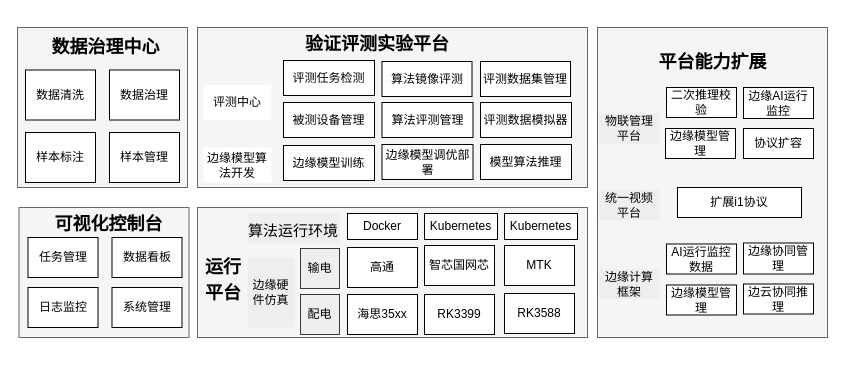
This is page "第 2 页" (2 of 2) of 验证实验评测平台4.0.drawio from paleblackless/diagrams, a draw.io file, before an edit. Source tidied: cells renumbered, new cells numbered last; positions are measured from the earlier drawing's top-left corner, leaving out a move shared by most shapes. Both pictures are drawn from the tidied source at 100%, with x=0, y=0 at pixel (17, 27).
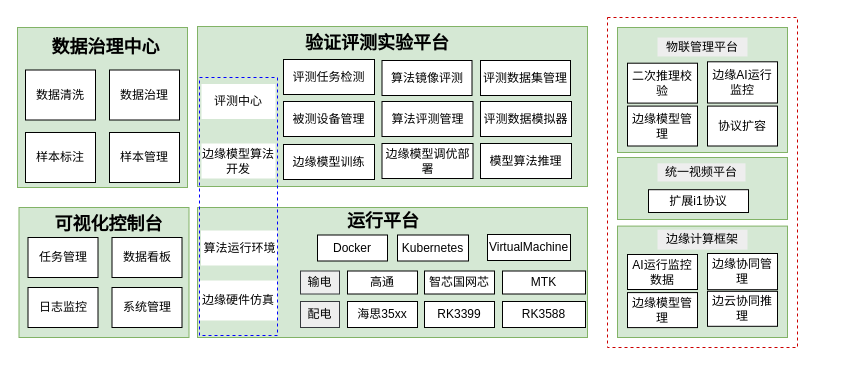
The same page after the edit.

Commit message (it also covers changes not shown here):
更新验证实验评测平台4.0.drawio

What changed in the source:
```diff
@@
+    <mxCell id="58" style="rounded=0;whiteSpace=wrap;html=1;fillColor=#d5e8d4;strokeColor=#82b366;" parent="1" vertex="1">
+      <mxGeometry x="600" y="130" width="170" height="62" as="geometry" />
+    </mxCell>
-    <mxCell id="2" style="rounded=0;whiteSpace=wrap;html=1;fillColor=#f5f5f5;fontColor=#333333;strokeColor=#666666;" parent="1" vertex="1">
+    <mxCell id="2" style="rounded=0;whiteSpace=wrap;html=1;fillColor=#d5e8d4;strokeColor=#82b366;" parent="1" vertex="1">
       <mxGeometry width="170" height="160" as="geometry" />
     </mxCell>
@@
-    <mxCell id="9" style="rounded=0;whiteSpace=wrap;html=1;fillColor=#f5f5f5;fontColor=#333333;strokeColor=#666666;" parent="1" vertex="1">
+    <mxCell id="9" style="rounded=0;whiteSpace=wrap;html=1;fillColor=#d5e8d4;strokeColor=#82b366;" parent="1" vertex="1">
       <mxGeometry x="180" y="180" width="390" height="130" as="geometry" />
     </mxCell>
-    <mxCell id="10" value="&lt;font style=&quot;font-size: 15px;&quot;&gt;算法运行环境&lt;/font&gt;" style="text;html=1;strokeColor=none;fillColor=#eeeeee;align=center;verticalAlign=middle;whiteSpace=wrap;rounded=0;fontFamily=Helvetica;fontSize=21;" parent="1" vertex="1">
-      <mxGeometry x="230" y="186" width="92" height="30" as="geometry" />
-    </mxCell>
     <mxCell id="11" value="高通" style="rounded=0;whiteSpace=wrap;html=1;" parent="1" vertex="1">
-      <mxGeometry x="330" y="220" width="70" height="40" as="geometry" />
+      <mxGeometry x="330" y="243.5" width="70" height="23" as="geometry" />
     </mxCell>
     <mxCell id="12" value="智芯国网芯" style="rounded=0;whiteSpace=wrap;html=1;" parent="1" vertex="1">
-      <mxGeometry x="407" y="218" width="70" height="40" as="geometry" />
+      <mxGeometry x="407" y="243.5" width="70" height="23" as="geometry" />
     </mxCell>
     <mxCell id="13" value="MTK" style="rounded=0;whiteSpace=wrap;html=1;" parent="1" vertex="1">
-      <mxGeometry x="487" y="218" width="70" height="40" as="geometry" />
+      <mxGeometry x="485" y="243.5" width="83" height="23" as="geometry" />
     </mxCell>
     <mxCell id="14" value="海思35xx" style="rounded=0;whiteSpace=wrap;html=1;" parent="1" vertex="1">
-      <mxGeometry x="330" y="267" width="70" height="40" as="geometry" />
+      <mxGeometry x="330" y="274" width="70" height="26" as="geometry" />
     </mxCell>
     <mxCell id="15" value="RK3399" style="rounded=0;whiteSpace=wrap;html=1;" parent="1" vertex="1">
-      <mxGeometry x="407" y="267" width="70" height="40" as="geometry" />
+      <mxGeometry x="407" y="274" width="70" height="26" as="geometry" />
     </mxCell>
     <mxCell id="16" value="RK3588" style="rounded=0;whiteSpace=wrap;html=1;" parent="1" vertex="1">
-      <mxGeometry x="487" y="266" width="70" height="40" as="geometry" />
+      <mxGeometry x="485" y="274" width="83" height="26" as="geometry" />
     </mxCell>
     <mxCell id="17" value="输电" style="rounded=0;whiteSpace=wrap;html=1;strokeColor=#36393d;fillColor=#eeeeee;" parent="1" vertex="1">
-      <mxGeometry x="283" y="221" width="39" height="40" as="geometry" />
+      <mxGeometry x="283" y="243.5" width="39" height="23" as="geometry" />
     </mxCell>
     <mxCell id="18" value="配电" style="rounded=0;whiteSpace=wrap;html=1;strokeColor=#36393d;fillColor=#eeeeee;" parent="1" vertex="1">
-      <mxGeometry x="283" y="267" width="39" height="40" as="geometry" />
+      <mxGeometry x="283" y="274" width="39" height="26" as="geometry" />
     </mxCell>
-    <mxCell id="19" style="rounded=0;whiteSpace=wrap;html=1;fillColor=#f5f5f5;fontColor=#333333;strokeColor=#666666;" parent="1" vertex="1">
+    <mxCell id="19" style="rounded=0;whiteSpace=wrap;html=1;fillColor=#d5e8d4;strokeColor=#82b366;" parent="1" vertex="1">
       <mxGeometry x="1.5" y="180" width="170" height="130" as="geometry" />
     </mxCell>
@@
-    <mxCell id="25" style="group;" parent="1" vertex="1">
-      <mxGeometry x="180" width="390" height="160" as="geometry" />
+    <mxCell id="25" style="group;fillColor=#d5e8d4;strokeColor=#82b366;" parent="1" vertex="1">
+      <mxGeometry x="180" y="-1" width="390" height="160" as="geometry" />
     </mxCell>
-    <mxCell id="26" style="rounded=0;whiteSpace=wrap;html=1;fillColor=#f5f5f5;fontColor=#333333;strokeColor=#666666;" parent="25" vertex="1">
+    <mxCell id="26" style="rounded=0;whiteSpace=wrap;html=1;fillColor=#d5e8d4;strokeColor=#82b366;" parent="25" vertex="1">
       <mxGeometry width="390" height="160" as="geometry" />
     </mxCell>
@@
     <mxCell id="28" value="评测中心" style="rounded=0;whiteSpace=wrap;html=1;strokeColor=none;" parent="25" vertex="1">
-      <mxGeometry x="6" y="57.5" width="68" height="35" as="geometry" />
+      <mxGeometry x="4" y="57.5" width="74" height="35" as="geometry" />
     </mxCell>
@@
     <mxCell id="35" value="边缘模型算法开发" style="rounded=0;whiteSpace=wrap;html=1;strokeColor=none;" parent="25" vertex="1">
-      <mxGeometry x="6" y="120" width="68" height="35" as="geometry" />
+      <mxGeometry x="4" y="117" width="74" height="35" as="geometry" />
     </mxCell>
@@
     <mxCell id="39" value="Docker" style="rounded=0;whiteSpace=wrap;html=1;" parent="1" vertex="1">
-      <mxGeometry x="330" y="186" width="70" height="26" as="geometry" />
+      <mxGeometry x="300" y="207.5" width="70" height="26" as="geometry" />
     </mxCell>
     <mxCell id="40" value="Kubernetes" style="rounded=0;whiteSpace=wrap;html=1;" parent="1" vertex="1">
-      <mxGeometry x="407" y="186" width="73" height="26" as="geometry" />
+      <mxGeometry x="380" y="207.5" width="71" height="26" as="geometry" />
     </mxCell>
-    <mxCell id="41" value="边缘硬件仿真" style="rounded=0;whiteSpace=wrap;html=1;strokeColor=none;fillColor=#eeeeee;" parent="1" vertex="1">
-      <mxGeometry x="230" y="230" width="46.9" height="70" as="geometry" />
+    <mxCell id="41" value="边缘硬件仿真" style="rounded=0;whiteSpace=wrap;html=1;strokeColor=none;fillColor=#FFFFFF;" parent="1" vertex="1">
+      <mxGeometry x="182" y="253" width="78" height="40" as="geometry" />
     </mxCell>
-    <mxCell id="42" value="Kubernetes" style="rounded=0;whiteSpace=wrap;html=1;" parent="1" vertex="1">
-      <mxGeometry x="487" y="186" width="73" height="26" as="geometry" />
+    <mxCell id="42" value="VirtualMachine" style="rounded=0;whiteSpace=wrap;html=1;" parent="1" vertex="1">
+      <mxGeometry x="470" y="207" width="83" height="26" as="geometry" />
     </mxCell>
     <mxCell id="43" value="&lt;span style=&quot;font-size: 18px;&quot;&gt;&lt;b&gt;运行平台&lt;/b&gt;&lt;/span&gt;" style="text;html=1;strokeColor=none;fillColor=none;align=center;verticalAlign=middle;whiteSpace=wrap;rounded=0;fontFamily=Helvetica;fontSize=21;" parent="1" vertex="1">
-      <mxGeometry x="180.5" y="236" width="49.5" height="30" as="geometry" />
+      <mxGeometry x="322" y="177" width="88" height="30" as="geometry" />
     </mxCell>
+    <mxCell id="51" value="扩展i1协议" style="rounded=0;whiteSpace=wrap;html=1;" parent="1" vertex="1">
+      <mxGeometry x="631" y="162.2" width="100" height="22.8" as="geometry" />
+    </mxCell>
+    <mxCell id="52" value="统一视频平台" style="text;html=1;strokeColor=none;fillColor=#eeeeee;align=center;verticalAlign=middle;whiteSpace=wrap;rounded=0;" parent="1" vertex="1">
+      <mxGeometry x="640" y="135.8" width="88" height="18.2" as="geometry" />
+    </mxCell>
+    <mxCell id="59" style="group;" parent="1" vertex="1">
+      <mxGeometry x="600" width="180" height="320" as="geometry" />
+    </mxCell>
-    <mxCell id="44" style="rounded=0;whiteSpace=wrap;html=1;fillColor=#f5f5f5;fontColor=#333333;strokeColor=#666666;" parent="1" vertex="1">
-      <mxGeometry x="580" width="230" height="310" as="geometry" />
+    <mxCell id="44" style="rounded=0;whiteSpace=wrap;html=1;fillColor=#d5e8d4;strokeColor=#82b366;" parent="59" vertex="1">
+      <mxGeometry width="170" height="125" as="geometry" />
     </mxCell>
-    <mxCell id="45" value="边缘AI运行监控" style="rounded=0;whiteSpace=wrap;html=1;" parent="1" vertex="1">
-      <mxGeometry x="726" y="60" width="70" height="31" as="geometry" />
+    <mxCell id="45" value="边缘AI运行监控" style="rounded=0;whiteSpace=wrap;html=1;" parent="59" vertex="1">
+      <mxGeometry x="90" y="34.3" width="70" height="41.2" as="geometry" />
     </mxCell>
-    <mxCell id="46" value="&lt;font style=&quot;font-size: 18px;&quot;&gt;&lt;b&gt;平台能力扩展&lt;/b&gt;&lt;/font&gt;" style="text;html=1;strokeColor=none;fillColor=none;align=center;verticalAlign=middle;whiteSpace=wrap;rounded=0;fontFamily=Helvetica;fontSize=21;" parent="1" vertex="1">
-      <mxGeometry x="621.5" y="20" width="147" height="25" as="geometry" />
-    </mxCell>
-    <mxCell id="47" value="二次推理校验" style="rounded=0;whiteSpace=wrap;html=1;" parent="1" vertex="1">
-      <mxGeometry x="649" y="60" width="70" height="30" as="geometry" />
+    <mxCell id="47" value="二次推理校验" style="rounded=0;whiteSpace=wrap;html=1;" parent="59" vertex="1">
+      <mxGeometry x="10" y="35.7" width="70" height="39.9" as="geometry" />
     </mxCell>
-    <mxCell id="48" value="协议扩容" style="rounded=0;whiteSpace=wrap;html=1;" parent="1" vertex="1">
-      <mxGeometry x="726" y="101" width="70" height="30" as="geometry" />
+    <mxCell id="48" value="协议扩容" style="rounded=0;whiteSpace=wrap;html=1;" parent="59" vertex="1">
+      <mxGeometry x="90" y="78.6" width="70" height="39.9" as="geometry" />
     </mxCell>
-    <mxCell id="49" value="边缘模型管理" style="rounded=0;whiteSpace=wrap;html=1;" parent="1" vertex="1">
-      <mxGeometry x="648" y="101" width="70" height="30" as="geometry" />
+    <mxCell id="49" value="边缘模型管理" style="rounded=0;whiteSpace=wrap;html=1;" parent="59" vertex="1">
+      <mxGeometry x="10" y="78.6" width="70" height="39.9" as="geometry" />
     </mxCell>
-    <mxCell id="50" value="物联管理平台" style="text;html=1;strokeColor=none;fillColor=#eeeeee;align=center;verticalAlign=middle;whiteSpace=wrap;rounded=0;" parent="1" vertex="1">
-      <mxGeometry x="582" y="86" width="60" height="30" as="geometry" />
+    <mxCell id="50" value="物联管理平台" style="text;html=1;strokeColor=none;fillColor=#eeeeee;align=center;verticalAlign=middle;whiteSpace=wrap;rounded=0;" parent="59" vertex="1">
+      <mxGeometry x="40" y="10" width="90" height="19" as="geometry" />
     </mxCell>
-    <mxCell id="51" value="扩展i1协议" style="rounded=0;whiteSpace=wrap;html=1;" parent="1" vertex="1">
-      <mxGeometry x="660" y="160" width="124" height="30" as="geometry" />
-    </mxCell>
-    <mxCell id="52" value="统一视频平台" style="text;html=1;strokeColor=none;fillColor=#eeeeee;align=center;verticalAlign=middle;whiteSpace=wrap;rounded=0;" parent="1" vertex="1">
-      <mxGeometry x="582" y="162.5" width="60" height="30" as="geometry" />
-    </mxCell>
+    <mxCell id="60" style="rounded=0;whiteSpace=wrap;html=1;dashed=1;fillColor=none;strokeColor=#CC0000;" parent="59" vertex="1">
+      <mxGeometry x="-10" y="-10" width="190" height="330" as="geometry" />
+    </mxCell>
+    <mxCell id="61" style="group;" parent="1" vertex="1">
+      <mxGeometry x="600" y="198.6" width="170" height="111.4" as="geometry" />
+    </mxCell>
+    <mxCell id="62" style="rounded=0;whiteSpace=wrap;html=1;fillColor=#d5e8d4;strokeColor=#82b366;" parent="61" vertex="1">
+      <mxGeometry width="170" height="111.4" as="geometry" />
+    </mxCell>
-    <mxCell id="53" value="边缘协同管理" style="rounded=0;whiteSpace=wrap;html=1;" parent="1" vertex="1">
-      <mxGeometry x="726" y="215.5" width="70" height="31" as="geometry" />
+    <mxCell id="53" value="边缘协同管理" style="rounded=0;whiteSpace=wrap;html=1;" parent="61" vertex="1">
+      <mxGeometry x="90" y="27.4" width="70" height="36.2" as="geometry" />
     </mxCell>
-    <mxCell id="54" value="AI运行监控数据" style="rounded=0;whiteSpace=wrap;html=1;" parent="1" vertex="1">
-      <mxGeometry x="649" y="216.5" width="70" height="30" as="geometry" />
+    <mxCell id="54" value="AI运行监控数据" style="rounded=0;whiteSpace=wrap;html=1;" parent="61" vertex="1">
+      <mxGeometry x="10" y="28.4" width="70" height="35" as="geometry" />
     </mxCell>
-    <mxCell id="55" value="边云协同推理" style="rounded=0;whiteSpace=wrap;html=1;" parent="1" vertex="1">
-      <mxGeometry x="726" y="256.5" width="70" height="30" as="geometry" />
+    <mxCell id="55" value="边云协同推理" style="rounded=0;whiteSpace=wrap;html=1;" parent="61" vertex="1">
+      <mxGeometry x="90" y="65.2" width="70" height="35" as="geometry" />
     </mxCell>
-    <mxCell id="56" value="边缘模型管理" style="rounded=0;whiteSpace=wrap;html=1;" parent="1" vertex="1">
-      <mxGeometry x="649" y="257.5" width="70" height="30" as="geometry" />
+    <mxCell id="56" value="边缘模型管理" style="rounded=0;whiteSpace=wrap;html=1;" parent="61" vertex="1">
+      <mxGeometry x="10" y="66.5" width="70" height="35" as="geometry" />
     </mxCell>
-    <mxCell id="57" value="边缘计算框架" style="text;html=1;strokeColor=none;fillColor=#eeeeee;align=center;verticalAlign=middle;whiteSpace=wrap;rounded=0;" parent="1" vertex="1">
-      <mxGeometry x="582" y="241.5" width="60" height="30" as="geometry" />
+    <mxCell id="57" value="边缘计算框架" style="text;html=1;strokeColor=none;fillColor=#eeeeee;align=center;verticalAlign=middle;whiteSpace=wrap;rounded=0;" parent="61" vertex="1">
+      <mxGeometry x="40" y="3.7" width="90" height="19.8" as="geometry" />
     </mxCell>
+    <mxCell id="10" value="算法运行环境" style="rounded=0;whiteSpace=wrap;html=1;strokeColor=none;" parent="1" vertex="1">
+      <mxGeometry x="183.5" y="203" width="76.5" height="35" as="geometry" />
+    </mxCell>
+    <mxCell id="63" style="rounded=0;whiteSpace=wrap;html=1;dashed=1;fillColor=none;strokeColor=#0000FF;" parent="1" vertex="1">
+      <mxGeometry x="182" y="50" width="78" height="258" as="geometry" />
+    </mxCell>
```
